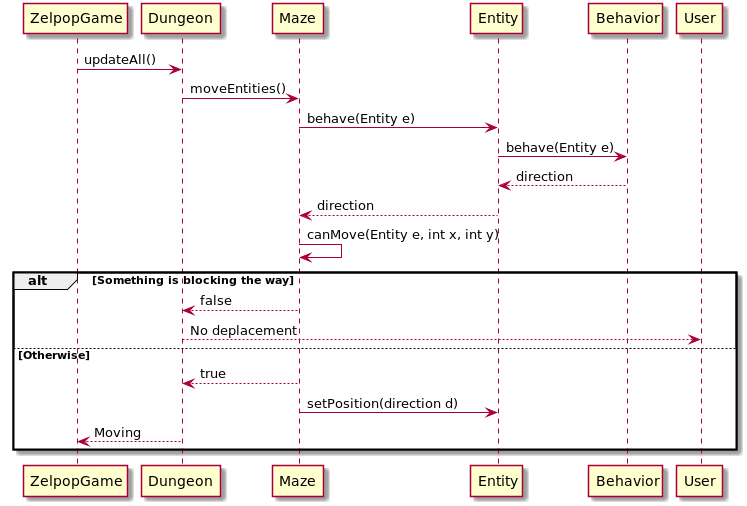
Before: doc/first_sprint/diagrams/sequences/move.png, a diagram exported from PlantUML (Reynault/ACL_2019_Zelpop).
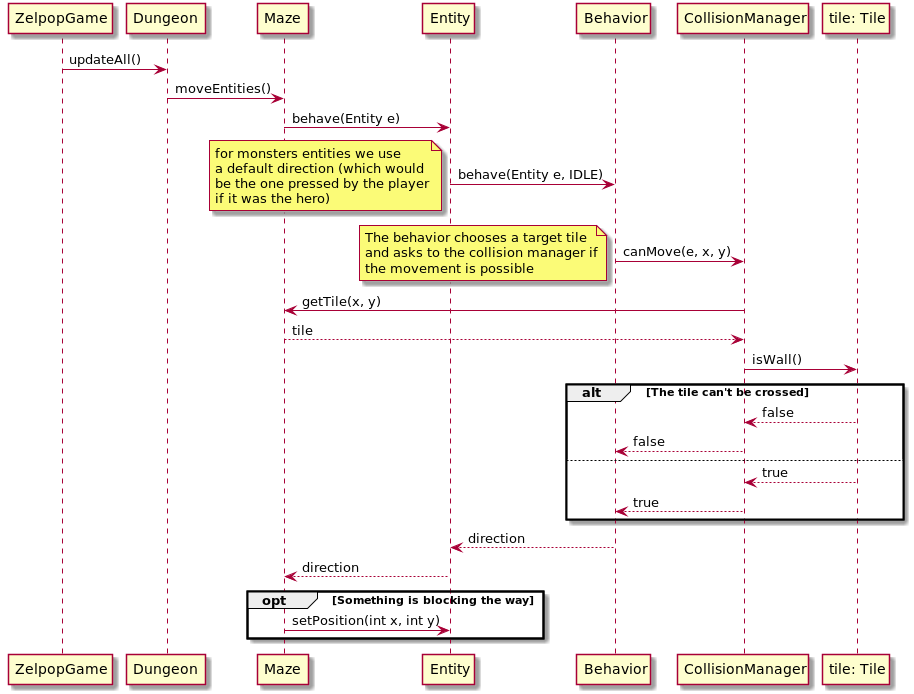
Above is the later version.

Diff of the diagram source:
```diff
@@ -1,17 +1,56 @@
 @startuml
 ZelpopGame -> Dungeon : updateAll()
 Dungeon -> Maze : moveEntities()
+
+
 Maze -> Entity : behave(Entity e)
-Entity -> Behavior : behave(Entity e)
+
+Entity -> Behavior : behave(Entity e, IDLE)
+
+note left
+    for monsters entities we use
+    a default direction (which would
+    be the one pressed by the player
+    if it was the hero)
+end note
+
+Behavior -> CollisionManager: canMove(e, x, y)
+
+note left
+    The behavior chooses a target tile
+    and asks to the collision manager if
+    the movement is possible
+end note
+
+CollisionManager -> Maze : getTile(x, y)
+
+Maze --> CollisionManager : tile
+
+CollisionManager -> "tile: Tile": isWall()
+
+alt The tile can't be crossed
+
+    "tile: Tile" --> CollisionManager: false
+
+    CollisionManager --> Behavior: false
+
+else
+
+    "tile: Tile" --> CollisionManager: true
+
+    CollisionManager --> Behavior: true
+
+end
+
+
 Behavior --> Entity : direction
+
 Entity --> Maze : direction
-Maze -> Maze : canMove(Entity e, int x, int y)
-alt Something is blocking the way
-    Maze --> Dungeon : false
-    Dungeon --> User : No deplacement
-else Otherwise
-Maze --> Dungeon : true
-Maze -> Entity : setPosition(direction d)
-Dungeon --> ZelpopGame : Moving
+
+opt Something is blocking the way
+
+    Maze -> Entity : setPosition(int x, int y)
+
 end
+
 @enduml
```
